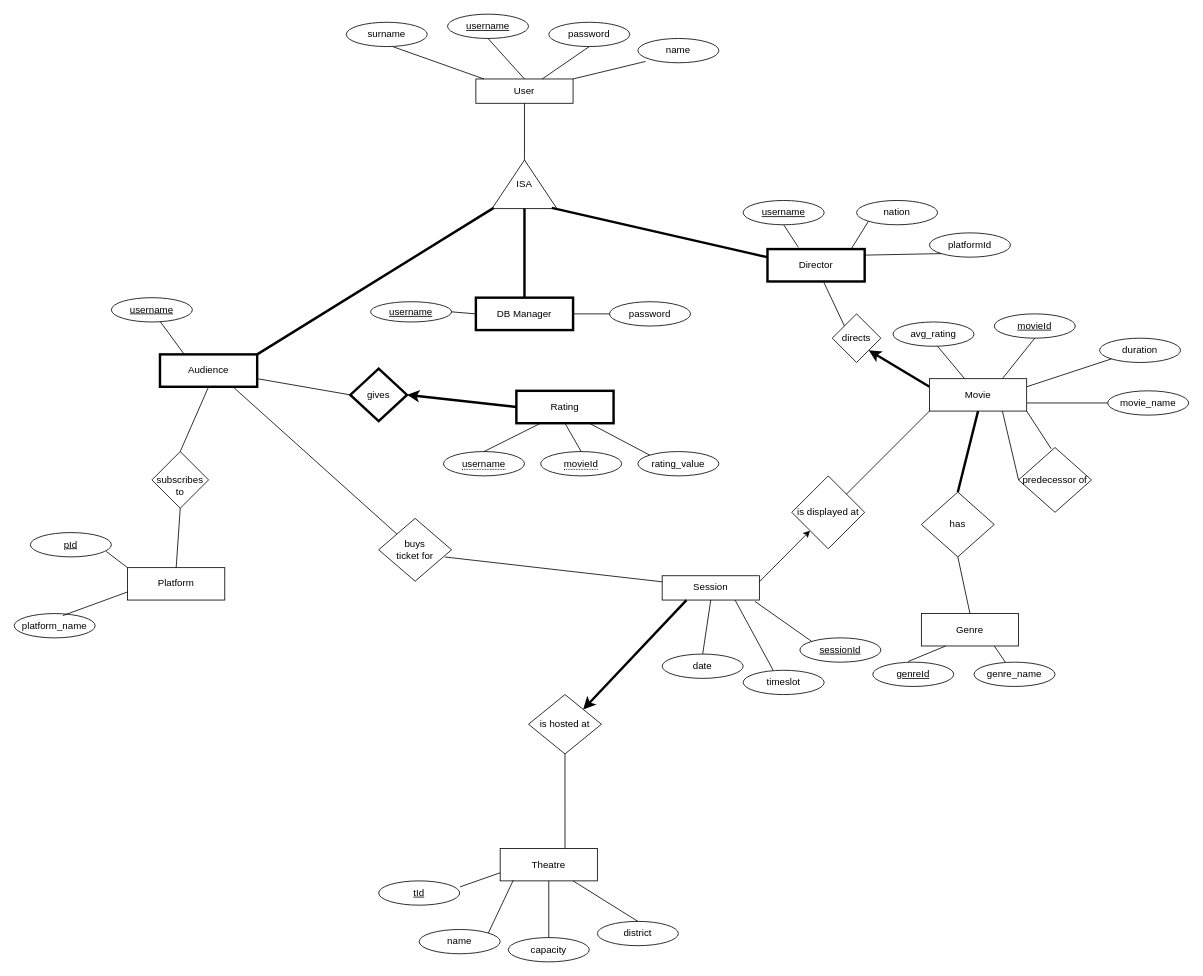
Earlier version of the draw.io diagram movies-er.drawio (OnurKlc/draw.io_files). Source tidied: cells renumbered, new cells numbered last; positions are measured from the earlier drawing's top-left corner, leaving out a move shared by most shapes. Both pictures are drawn from the tidied source at 81%, with x=0, y=0 at pixel (14, 14).
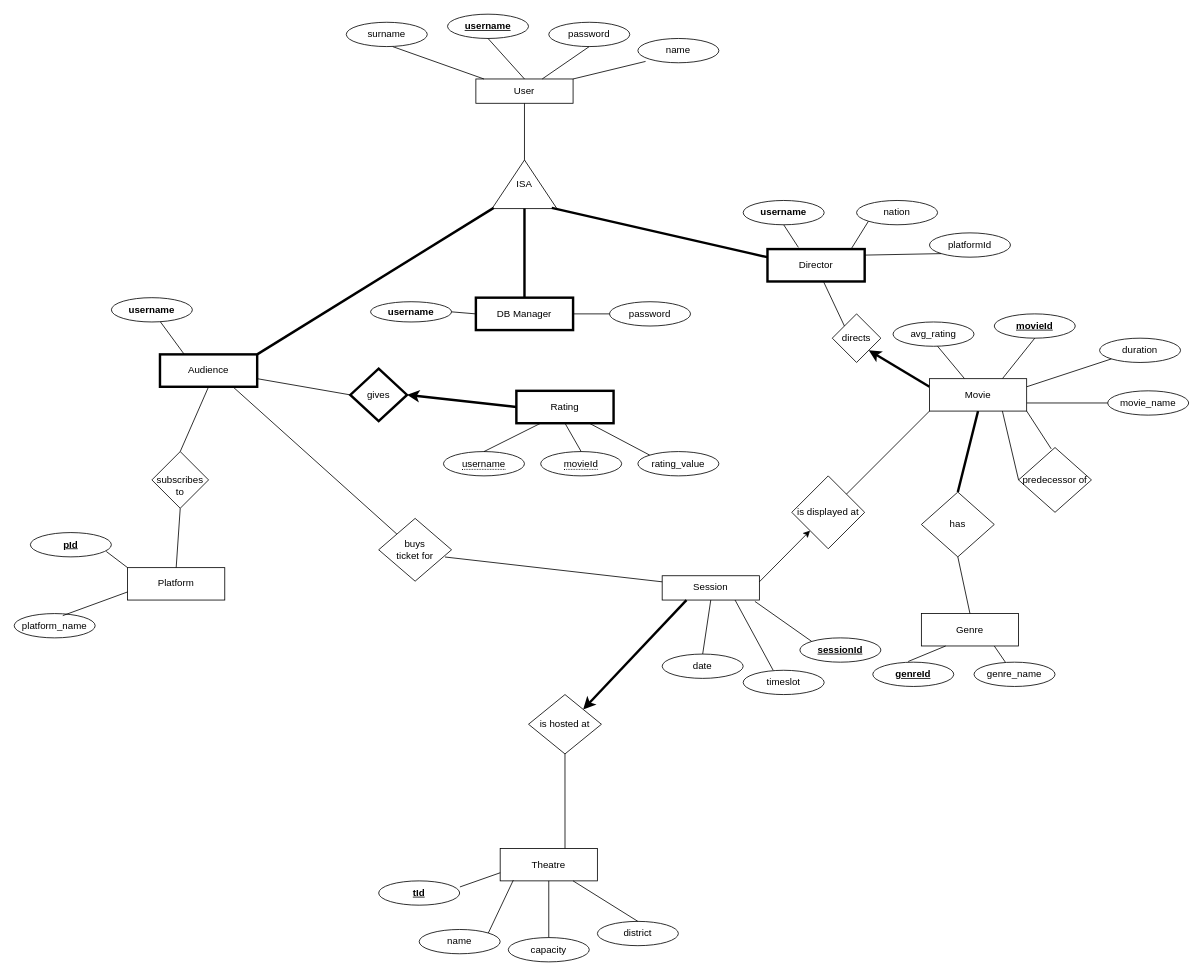
After the change.

Diff of the diagram source:
```diff
@@
-    <mxCell id="4" value="&lt;u&gt;username&lt;/u&gt;" style="ellipse;whiteSpace=wrap;html=1;" parent="1" vertex="1">
+    <mxCell id="4" value="&lt;u&gt;&lt;b&gt;username&lt;/b&gt;&lt;/u&gt;" style="ellipse;whiteSpace=wrap;html=1;" parent="1" vertex="1">
       <mxGeometry x="535" width="100" height="30" as="geometry" />
     </mxCell>
@@
-    <mxCell id="17" value="&lt;u&gt;username&lt;/u&gt;" style="ellipse;whiteSpace=wrap;html=1;" parent="1" vertex="1">
+    <mxCell id="17" value="&lt;b&gt;username&lt;/b&gt;" style="ellipse;whiteSpace=wrap;html=1;" parent="1" vertex="1">
       <mxGeometry x="120" y="350" width="100" height="30" as="geometry" />
     </mxCell>
@@
-    <mxCell id="19" value="&lt;u&gt;username&lt;/u&gt;" style="ellipse;whiteSpace=wrap;html=1;" parent="1" vertex="1">
+    <mxCell id="19" value="&lt;b style=&quot;&quot;&gt;username&lt;/b&gt;" style="ellipse;whiteSpace=wrap;html=1;" parent="1" vertex="1">
       <mxGeometry x="900" y="230" width="100" height="30" as="geometry" />
     </mxCell>
@@
-    <mxCell id="29" value="&lt;u&gt;movieId&lt;/u&gt;" style="ellipse;whiteSpace=wrap;html=1;" parent="1" vertex="1">
+    <mxCell id="29" value="&lt;u&gt;&lt;b&gt;movieId&lt;/b&gt;&lt;/u&gt;" style="ellipse;whiteSpace=wrap;html=1;" parent="1" vertex="1">
       <mxGeometry x="1210" y="370" width="100" height="30" as="geometry" />
     </mxCell>
@@
-    <mxCell id="39" value="&lt;u&gt;pId&lt;/u&gt;" style="ellipse;whiteSpace=wrap;html=1;" parent="1" vertex="1">
+    <mxCell id="39" value="&lt;u&gt;&lt;b&gt;pId&lt;/b&gt;&lt;/u&gt;" style="ellipse;whiteSpace=wrap;html=1;" parent="1" vertex="1">
       <mxGeometry x="20" y="640" width="100" height="30" as="geometry" />
     </mxCell>
@@
-    <mxCell id="48" value="&lt;u&gt;tId&lt;/u&gt;" style="ellipse;whiteSpace=wrap;html=1;" parent="1" vertex="1">
+    <mxCell id="48" value="&lt;u&gt;&lt;b&gt;tId&lt;/b&gt;&lt;/u&gt;" style="ellipse;whiteSpace=wrap;html=1;" parent="1" vertex="1">
       <mxGeometry x="450" y="1070" width="100" height="30" as="geometry" />
     </mxCell>
@@
-    <mxCell id="55" value="&lt;u&gt;sessionId&lt;/u&gt;" style="ellipse;whiteSpace=wrap;html=1;" parent="1" vertex="1">
+    <mxCell id="55" value="&lt;u&gt;&lt;b&gt;sessionId&lt;/b&gt;&lt;/u&gt;" style="ellipse;whiteSpace=wrap;html=1;" parent="1" vertex="1">
       <mxGeometry x="970" y="770" width="100" height="30" as="geometry" />
     </mxCell>
@@
-    <mxCell id="64" value="&lt;u&gt;genreId&lt;/u&gt;" style="ellipse;whiteSpace=wrap;html=1;" parent="1" vertex="1">
+    <mxCell id="64" value="&lt;u&gt;&lt;b&gt;genreId&lt;/b&gt;&lt;/u&gt;" style="ellipse;whiteSpace=wrap;html=1;" parent="1" vertex="1">
       <mxGeometry x="1060" y="800" width="100" height="30" as="geometry" />
     </mxCell>
@@
-    <mxCell id="73" value="&lt;u&gt;username&lt;/u&gt;" style="ellipse;whiteSpace=wrap;html=1;" parent="1" vertex="1">
+    <mxCell id="73" value="&lt;b&gt;username&lt;/b&gt;" style="ellipse;whiteSpace=wrap;html=1;" parent="1" vertex="1">
       <mxGeometry x="440" y="355" width="100" height="25" as="geometry" />
     </mxCell>
```
